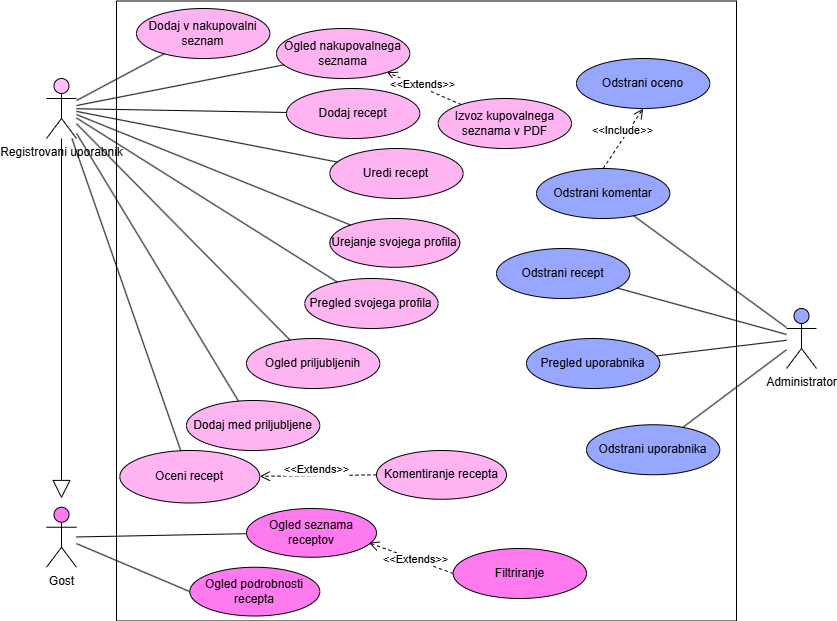
Above: images/FlavourFlow2.png in neSSHHa/FlavourFlow (draw.io), before the change. Source tidied: cells renumbered, new cells last; positions are measured from the earlier drawing's top-left corner, leaving out a move shared by most shapes.
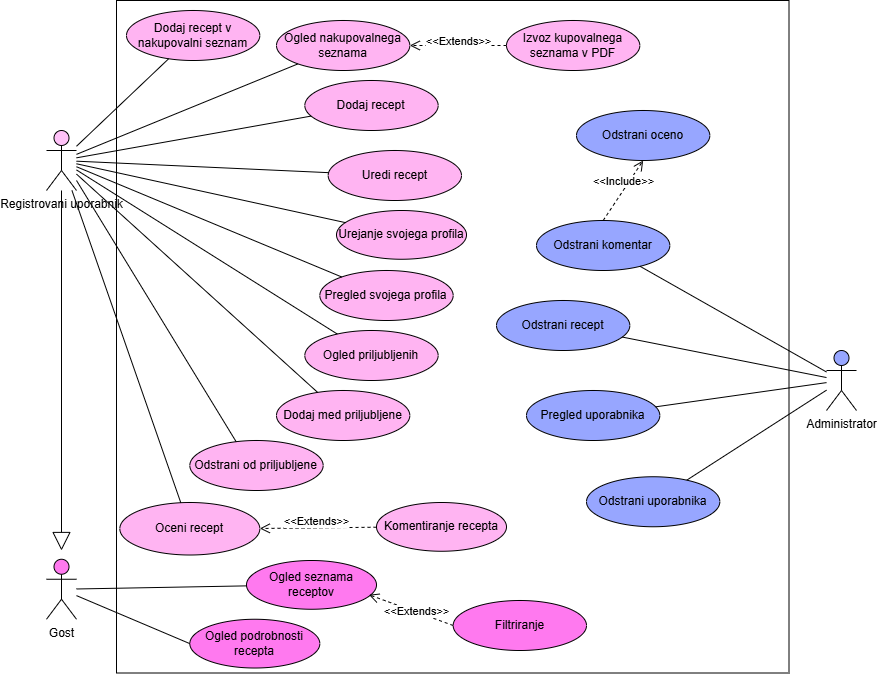
Later version of the same file.

What changed in the source:
```diff
@@ -3,10 +3,10 @@
     <mxCell id="0" />
     <mxCell id="1" parent="0" />
     <mxCell id="2" style="whiteSpace=wrap;html=1;" parent="1" vertex="1">
-      <mxGeometry x="70" y="0.5" width="620" height="620" as="geometry" />
+      <mxGeometry x="70" y="-52" width="672.5" height="672.5" as="geometry" />
     </mxCell>
     <mxCell id="3" value="Administrator" style="shape=umlActor;verticalLabelPosition=bottom;verticalAlign=top;html=1;outlineConnect=0;fillColor=#97A6FF;" parent="1" vertex="1">
-      <mxGeometry x="740" y="308" width="30" height="60" as="geometry" />
+      <mxGeometry x="780" y="298" width="30" height="60" as="geometry" />
     </mxCell>
     <mxCell id="4" value="Registrovani uporabnik" style="shape=umlActor;verticalLabelPosition=bottom;verticalAlign=top;html=1;outlineConnect=0;fillColor=#FFC2F8;" parent="1" vertex="1">
       <mxGeometry y="78" width="30" height="60" as="geometry" />
@@ -15,16 +15,16 @@
       <mxGeometry y="506.8" width="30" height="60" as="geometry" />
     </mxCell>
     <mxCell id="6" value="Dodaj recept" style="ellipse;whiteSpace=wrap;html=1;fillColor=#FFB4F2;" parent="1" vertex="1">
-      <mxGeometry x="240" y="88" width="133.3" height="50" as="geometry" />
+      <mxGeometry x="258.3" y="28" width="133.3" height="50" as="geometry" />
     </mxCell>
     <mxCell id="7" value="Uredi recept" style="ellipse;whiteSpace=wrap;html=1;fillColor=#FFB4F2;" parent="1" vertex="1">
-      <mxGeometry x="283.3" y="148" width="133.3" height="50" as="geometry" />
+      <mxGeometry x="281.7" y="98" width="133.3" height="50" as="geometry" />
     </mxCell>
     <mxCell id="8" value="Odstrani recept" style="ellipse;whiteSpace=wrap;html=1;fillColor=#97A6FF;" parent="1" vertex="1">
       <mxGeometry x="450" y="248" width="133.3" height="50" as="geometry" />
     </mxCell>
     <mxCell id="9" value="Dodaj med priljubljene" style="ellipse;whiteSpace=wrap;html=1;fillColor=#FFB4F2;" parent="1" vertex="1">
-      <mxGeometry x="140" y="400" width="133.3" height="50" as="geometry" />
+      <mxGeometry x="230" y="338" width="133.3" height="50" as="geometry" />
     </mxCell>
     <mxCell id="10" value="Oceni recept" style="ellipse;whiteSpace=wrap;html=1;fillColor=#FFB4F2;" parent="1" vertex="1">
       <mxGeometry x="73.3" y="450" width="140" height="52.5" as="geometry" />
@@ -33,13 +33,13 @@
       <mxGeometry x="330" y="450" width="130" height="48.8" as="geometry" />
     </mxCell>
     <mxCell id="12" value="Pregled svojega profila" style="ellipse;whiteSpace=wrap;html=1;fillColor=#FFB4F2;" parent="1" vertex="1">
-      <mxGeometry x="258.3" y="278" width="133.3" height="50" as="geometry" />
+      <mxGeometry x="273.3" y="218" width="133.3" height="50" as="geometry" />
     </mxCell>
     <mxCell id="13" value="Urejanje svojega profila" style="ellipse;whiteSpace=wrap;html=1;fillColor=#FFB4F2;" parent="1" vertex="1">
-      <mxGeometry x="283.3" y="218" width="130" height="48.8" as="geometry" />
+      <mxGeometry x="290" y="158" width="130" height="48.8" as="geometry" />
     </mxCell>
     <mxCell id="14" value="Ogled priljubljenih" style="ellipse;whiteSpace=wrap;html=1;fillColor=#FFB4F2;" parent="1" vertex="1">
-      <mxGeometry x="200" y="338" width="133.3" height="50" as="geometry" />
+      <mxGeometry x="258.3" y="278" width="133.3" height="50" as="geometry" />
     </mxCell>
     <mxCell id="15" value="Filtriranje" style="ellipse;whiteSpace=wrap;html=1;fillColor=#FF79EF;" parent="1" vertex="1">
       <mxGeometry x="406.7" y="548" width="133.3" height="50" as="geometry" />
@@ -102,13 +102,13 @@
       <mxGeometry x="0.03" y="3" relative="1" as="geometry" />
     </mxCell>
     <mxCell id="35" value="Ogled nakupovalnega seznama" style="ellipse;whiteSpace=wrap;html=1;fillColor=#FFB4F2;" parent="1" vertex="1">
-      <mxGeometry x="230" y="28" width="133.3" height="50" as="geometry" />
+      <mxGeometry x="230" y="-32" width="133.3" height="50" as="geometry" />
     </mxCell>
-    <mxCell id="36" value="Dodaj v nakupovalni seznam" style="ellipse;whiteSpace=wrap;html=1;fillColor=#FFB4F2;" parent="1" vertex="1">
-      <mxGeometry x="90" y="8" width="133.3" height="50" as="geometry" />
+    <mxCell id="36" value="Dodaj recept v nakupovalni seznam" style="ellipse;whiteSpace=wrap;html=1;fillColor=#FFB4F2;" parent="1" vertex="1">
+      <mxGeometry x="80" y="-42" width="133.3" height="50" as="geometry" />
     </mxCell>
     <mxCell id="37" value="Izvoz kupovalnega seznama v PDF" style="ellipse;whiteSpace=wrap;html=1;fillColor=#FFB4F2;" parent="1" vertex="1">
-      <mxGeometry x="391.7" y="98" width="133.3" height="50" as="geometry" />
+      <mxGeometry x="460" y="-32" width="133.3" height="50" as="geometry" />
     </mxCell>
     <mxCell id="38" value="&amp;lt;&amp;lt;Extends&amp;gt;&amp;gt;" style="html=1;verticalAlign=bottom;endArrow=open;dashed=1;endSize=8;curved=0;rounded=0;" parent="1" edge="1" source="37" target="35">
       <mxGeometry x="-0.01" y="5" relative="1" as="geometry" />
@@ -133,5 +133,13 @@
         <mxPoint x="15" y="498" as="targetPoint" />
       </mxGeometry>
     </mxCell>
+    <mxCell id="45" value="Odstrani od priljubljene" style="ellipse;whiteSpace=wrap;html=1;fillColor=#FFB4F2;" parent="1" vertex="1">
+      <mxGeometry x="143.3" y="388" width="133.3" height="50" as="geometry" />
+    </mxCell>
+    <mxCell id="46" style="endArrow=none;html=1;rounded=0;entryX=0.349;entryY=0.031;entryDx=0;entryDy=0;entryPerimeter=0;" parent="1" edge="1" target="45">
+      <mxGeometry relative="1" as="geometry">
+        <mxPoint x="30" y="128" as="sourcePoint" />
+      </mxGeometry>
+    </mxCell>
   </root>
 </mxGraphModel>
```
